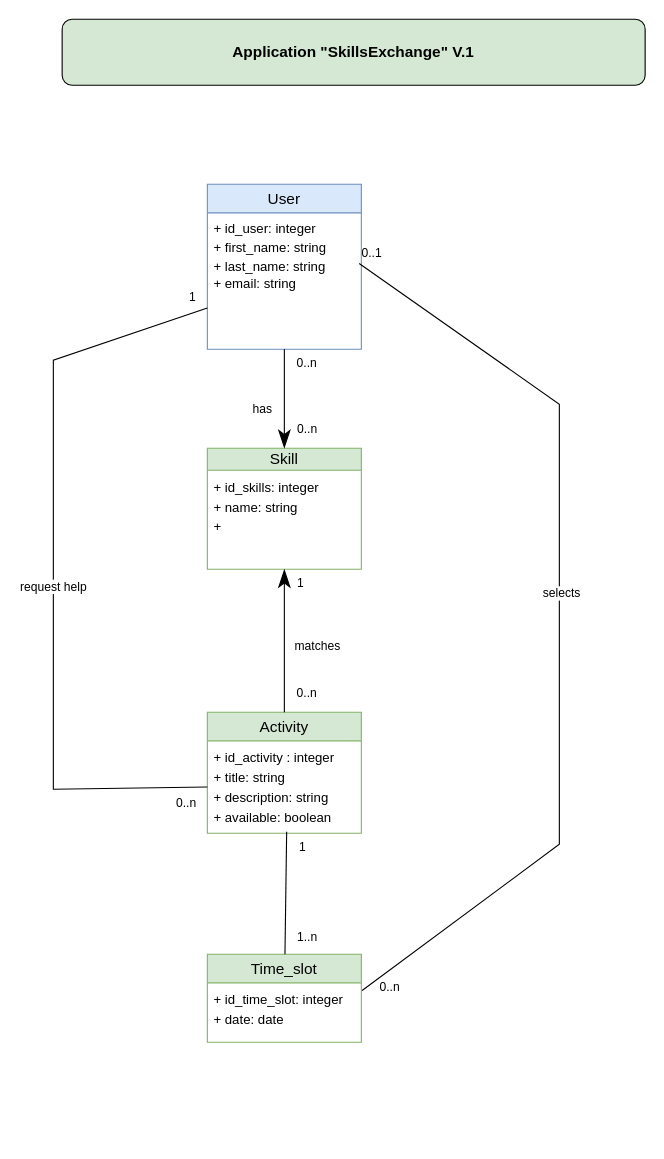
This is page "diagramme de classes" (2 of 4) of doc/UMLSkillsExchange.drawio from alfaro-b/Eval_Web_Python, a draw.io file, before an edit. Source tidied: cells renumbered, new cells numbered last; positions are measured from the earlier drawing's top-left corner, leaving out a move shared by most shapes. Both pictures are drawn from the tidied source at 110%, with x=0, y=0 at pixel (53, 19).
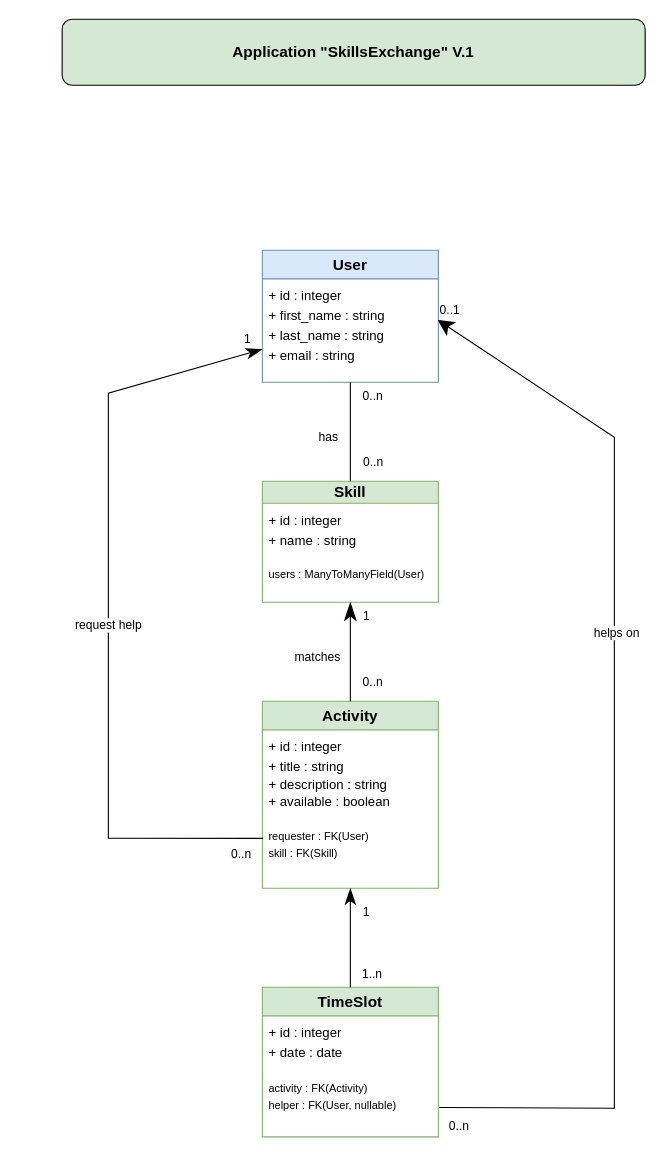
The same page after the edit.

Commit message:
Mise à jour du diagramme de classes

Diff of the diagram source:
```diff
@@
-    <mxCell id="2" value="&lt;font style=&quot;font-size: 14px;&quot;&gt;Skill&lt;/font&gt;" style="swimlane;fontStyle=0;horizontal=1;startSize=20;fillColor=#d5e8d4;whiteSpace=wrap;html=1;strokeColor=#82b366;" parent="1" vertex="1">
-      <mxGeometry x="140" y="390" width="140" height="110" as="geometry" />
+    <mxCell id="2" value="&lt;b&gt;&lt;font style=&quot;font-size: 14px;&quot;&gt;Skill&lt;/font&gt;&lt;/b&gt;" style="swimlane;fontStyle=0;horizontal=1;startSize=20;fillColor=#d5e8d4;whiteSpace=wrap;html=1;strokeColor=#82b366;" parent="1" vertex="1">
+      <mxGeometry x="190" y="420" width="160" height="110" as="geometry" />
     </mxCell>
-    <mxCell id="3" value="&lt;div style=&quot;line-height: 150%;&quot;&gt;+ id_skills: integer&lt;div&gt;&lt;div&gt;+ name: string&lt;/div&gt;&lt;div&gt;+&lt;/div&gt;&lt;/div&gt;&lt;/div&gt;" style="text;strokeColor=none;fillColor=none;align=left;verticalAlign=top;spacingLeft=4;spacingRight=4;overflow=hidden;whiteSpace=wrap;html=1;" parent="2" vertex="1">
-      <mxGeometry y="20" width="140" height="90" as="geometry" />
+    <mxCell id="3" value="&lt;div style=&quot;line-height: 150%;&quot;&gt;+ id : integer&lt;div&gt;&lt;div&gt;+ name : string&lt;/div&gt;&lt;/div&gt;&lt;/div&gt;&lt;div&gt;&lt;br&gt;&lt;/div&gt;&lt;div&gt;&lt;font style=&quot;font-size: 10px;&quot;&gt;users : ManyToManyField(User)&lt;/font&gt;&lt;/div&gt;" style="text;strokeColor=none;fillColor=none;align=left;verticalAlign=top;spacingLeft=4;spacingRight=4;overflow=hidden;whiteSpace=wrap;html=1;" parent="2" vertex="1">
+      <mxGeometry y="20" width="160" height="90" as="geometry" />
     </mxCell>
-    <mxCell id="4" value="&lt;font style=&quot;font-size: 14px;&quot;&gt;Activity&lt;/font&gt;" style="swimlane;fontStyle=0;horizontal=1;startSize=26;fillColor=#d5e8d4;whiteSpace=wrap;html=1;strokeColor=#82b366;" parent="1" vertex="1">
-      <mxGeometry x="140" y="630" width="140" height="110" as="geometry" />
+    <mxCell id="4" value="&lt;b&gt;&lt;font style=&quot;font-size: 14px;&quot;&gt;Activity&lt;/font&gt;&lt;/b&gt;" style="swimlane;fontStyle=0;horizontal=1;startSize=26;fillColor=#d5e8d4;whiteSpace=wrap;html=1;strokeColor=#82b366;" parent="1" vertex="1">
+      <mxGeometry x="190" y="620" width="160" height="170" as="geometry" />
     </mxCell>
-    <mxCell id="5" value="&lt;div style=&quot;line-height: 150%;&quot;&gt;+ id_activity : integer&lt;/div&gt;&lt;div style=&quot;line-height: 150%;&quot;&gt;+ title: string&lt;div&gt;&lt;div&gt;+ description: string&lt;/div&gt;&lt;div&gt;+ available: boolean&lt;/div&gt;&lt;div&gt;&lt;/div&gt;&lt;/div&gt;&lt;/div&gt;" style="text;strokeColor=none;fillColor=none;align=left;verticalAlign=top;spacingLeft=4;spacingRight=4;overflow=hidden;points=[[0,0.5],[1,0.5]];portConstraint=eastwest;whiteSpace=wrap;html=1;" parent="4" vertex="1">
-      <mxGeometry y="26" width="140" height="84" as="geometry" />
+    <mxCell id="5" value="&lt;div style=&quot;line-height: 150%;&quot;&gt;+ id : integer&lt;/div&gt;&lt;div style=&quot;line-height: 150%;&quot;&gt;+ title : string&lt;div style=&quot;line-height: 130%;&quot;&gt;&lt;div&gt;+ description : string&lt;/div&gt;&lt;div&gt;+ available : boolean&lt;/div&gt;&lt;div&gt;&lt;br&gt;&lt;/div&gt;&lt;div&gt;&lt;font style=&quot;font-size: 10px; line-height: 130%;&quot;&gt;requester : FK(User)&lt;/font&gt;&lt;/div&gt;&lt;div&gt;&lt;font style=&quot;font-size: 10px; line-height: 130%;&quot;&gt;skill : FK(Skill)&lt;/font&gt;&lt;/div&gt;&lt;div&gt;&lt;/div&gt;&lt;/div&gt;&lt;/div&gt;" style="text;strokeColor=none;fillColor=none;align=left;verticalAlign=top;spacingLeft=4;spacingRight=4;overflow=hidden;points=[[0,0.5],[1,0.5]];portConstraint=eastwest;whiteSpace=wrap;html=1;" parent="4" vertex="1">
+      <mxGeometry y="26" width="160" height="144" as="geometry" />
     </mxCell>
     <mxCell id="6" value="matches" style="endArrow=none;html=1;endSize=12;startArrow=classicThin;startSize=14;startFill=1;edgeStyle=orthogonalEdgeStyle;rounded=0;defaultLabelBackgroundColor=page;labelPadding=0 4;entryX=0.5;entryY=0;entryDx=0;entryDy=0;exitX=0.5;exitY=1;exitDx=0;exitDy=0;endFill=0;" parent="1" edge="1" source="2" target="4">
-      <mxGeometry x="0.08" y="30" relative="1" as="geometry" />
+      <mxGeometry x="0.11" y="-30" relative="1" as="geometry" />
     </mxCell>
@@
-    <mxCell id="9" value="&lt;font style=&quot;font-size: 14px;&quot;&gt;User&lt;/font&gt;" style="swimlane;fontStyle=0;horizontal=1;startSize=26;fillColor=#dae8fc;whiteSpace=wrap;html=1;strokeColor=#6c8ebf;" parent="1" vertex="1">
-      <mxGeometry x="140" y="150" width="140" height="150" as="geometry" />
+    <mxCell id="9" value="&lt;b&gt;&lt;font style=&quot;font-size: 14px;&quot;&gt;User&lt;/font&gt;&lt;/b&gt;" style="swimlane;fontStyle=0;horizontal=1;startSize=26;fillColor=#dae8fc;whiteSpace=wrap;html=1;strokeColor=#6c8ebf;" parent="1" vertex="1">
+      <mxGeometry x="190" y="210" width="160" height="120" as="geometry" />
     </mxCell>
-    <mxCell id="10" value="&lt;div style=&quot;line-height: 140%;&quot;&gt;+ id_user: integer&lt;div&gt;+ first_name: string&lt;/div&gt;&lt;div&gt;+ last_name: string&lt;/div&gt;&lt;div&gt;+ email: string&lt;/div&gt;&lt;/div&gt;" style="text;strokeColor=none;fillColor=none;align=left;verticalAlign=top;spacingLeft=4;spacingRight=4;overflow=hidden;points=[[0,0.5],[1,0.5]];portConstraint=eastwest;whiteSpace=wrap;html=1;" parent="9" vertex="1">
-      <mxGeometry y="26" width="140" height="124" as="geometry" />
+    <mxCell id="10" value="&lt;div style=&quot;line-height: 150%;&quot;&gt;&lt;div&gt;+ id : integer&lt;div&gt;+ first_name : string&lt;/div&gt;&lt;div&gt;+ last_name : string&lt;/div&gt;&lt;div&gt;+ email : string&lt;/div&gt;&lt;/div&gt;&lt;/div&gt;" style="text;strokeColor=none;fillColor=none;align=left;verticalAlign=top;spacingLeft=4;spacingRight=4;overflow=hidden;points=[[0,0.5],[1,0.5]];portConstraint=eastwest;whiteSpace=wrap;html=1;" parent="9" vertex="1">
+      <mxGeometry y="26" width="160" height="94" as="geometry" />
     </mxCell>
-    <mxCell id="11" value="has" style="endArrow=none;html=1;endSize=12;startArrow=classicThin;startSize=14;startFill=1;rounded=0;defaultLabelBackgroundColor=page;labelPadding=0 4;entryX=0.5;entryY=1;entryDx=0;entryDy=0;exitX=0.5;exitY=0;exitDx=0;exitDy=0;endFill=0;" parent="1" edge="1" source="2" target="9">
-      <mxGeometry x="-0.2" y="20" relative="1" as="geometry" />
+    <mxCell id="11" value="has" style="endArrow=none;html=1;endSize=12;startArrow=none;startSize=14;startFill=0;rounded=0;defaultLabelBackgroundColor=page;labelPadding=0 4;entryX=0.5;entryY=1;entryDx=0;entryDy=0;exitX=0.5;exitY=0;exitDx=0;exitDy=0;endFill=0;" parent="1" edge="1" source="2" target="9">
+      <mxGeometry x="-0.11" y="20" relative="1" as="geometry" />
     </mxCell>
@@
-    <mxCell id="14" value="&lt;font style=&quot;font-size: 14px;&quot;&gt;Time_slot&lt;/font&gt;" style="swimlane;fontStyle=0;horizontal=1;startSize=26;fillColor=#d5e8d4;whiteSpace=wrap;html=1;strokeColor=#82b366;" parent="1" vertex="1">
-      <mxGeometry x="140" y="850" width="140" height="80" as="geometry" />
+    <mxCell id="14" value="&lt;b&gt;&lt;font style=&quot;font-size: 14px;&quot;&gt;TimeSlot&lt;/font&gt;&lt;/b&gt;" style="swimlane;fontStyle=0;horizontal=1;startSize=26;fillColor=#d5e8d4;whiteSpace=wrap;html=1;strokeColor=#82b366;" parent="1" vertex="1">
+      <mxGeometry x="190" y="880" width="160" height="136" as="geometry" />
     </mxCell>
-    <mxCell id="15" value="&lt;div style=&quot;line-height: 150%;&quot;&gt;+ id_time_slot: integer&lt;/div&gt;&lt;div style=&quot;line-height: 150%;&quot;&gt;+ date: date&lt;div&gt;&lt;br&gt;&lt;div&gt;&lt;/div&gt;&lt;/div&gt;&lt;/div&gt;" style="text;strokeColor=none;fillColor=none;align=left;verticalAlign=top;spacingLeft=4;spacingRight=4;overflow=hidden;points=[[0,0.5],[1,0.5]];portConstraint=eastwest;whiteSpace=wrap;html=1;" parent="14" vertex="1">
-      <mxGeometry y="26" width="140" height="54" as="geometry" />
+    <mxCell id="15" value="&lt;div style=&quot;line-height: 150%;&quot;&gt;+ id : integer&lt;/div&gt;&lt;div style=&quot;line-height: 150%;&quot;&gt;+ date : date&lt;/div&gt;&lt;div style=&quot;line-height: 130%;&quot;&gt;&lt;div&gt;&lt;br&gt;&lt;/div&gt;&lt;div&gt;&lt;font style=&quot;font-size: 10px; line-height: 130%;&quot;&gt;activity : FK(Activity)&lt;/font&gt;&lt;/div&gt;&lt;div&gt;&lt;font style=&quot;font-size: 10px; line-height: 130%;&quot;&gt;helper : FK(User, nullable)&lt;/font&gt;&lt;/div&gt;&lt;/div&gt;" style="text;strokeColor=none;fillColor=none;align=left;verticalAlign=top;spacingLeft=4;spacingRight=4;overflow=hidden;points=[[0,0.5],[1,0.5]];portConstraint=eastwest;whiteSpace=wrap;html=1;" parent="14" vertex="1">
+      <mxGeometry y="26" width="160" height="110" as="geometry" />
     </mxCell>
-    <mxCell id="16" style="endArrow=none;html=1;endSize=12;startArrow=none;startSize=14;startFill=0;rounded=0;defaultLabelBackgroundColor=page;labelPadding=0 4;entryX=0.515;entryY=0.984;entryDx=0;entryDy=0;endFill=0;entryPerimeter=0;" parent="1" edge="1" source="14" target="5">
-      <mxGeometry x="0.07" y="-8" relative="1" as="geometry" />
+    <mxCell id="16" style="endArrow=classicThin;html=1;endSize=12;startArrow=none;startSize=14;startFill=0;rounded=0;defaultLabelBackgroundColor=page;labelPadding=0 4;endFill=1;entryX=0.5;entryY=1;entryDx=0;entryDy=0;" parent="1" edge="1" source="14" target="4">
+      <mxGeometry x="-0.02" y="-8" relative="1" as="geometry" />
     </mxCell>
     <mxCell id="17" value="1..n" style="edgeLabel;html=1;align=left;verticalAlign=top;inheritText=1;defaultLabelBackgroundColor=page;labelPadding=0 4;" parent="16" vertex="1">
-      <mxGeometry x="-0.73" relative="1" as="geometry">
+      <mxGeometry x="-0.76" relative="1" as="geometry">
         <mxPoint x="9" y="-14" as="offset" />
       </mxGeometry>
     </mxCell>
     <mxCell id="18" value="1" style="edgeLabel;html=1;align=right;verticalAlign=top;inheritText=1;defaultLabelBackgroundColor=page;labelPadding=0 4;" parent="16" vertex="1">
-      <mxGeometry x="1" relative="1" as="geometry">
+      <mxGeometry x="0.82" relative="1" as="geometry">
         <mxPoint x="18" y="1" as="offset" />
       </mxGeometry>
     </mxCell>
-    <mxCell id="19" style="endArrow=none;html=1;endSize=12;startArrow=none;startSize=14;startFill=0;rounded=0;defaultLabelBackgroundColor=page;labelPadding=0 4;entryX=0.986;entryY=0.371;entryDx=0;entryDy=0;endFill=0;exitX=1.005;exitY=0.129;exitDx=0;exitDy=0;entryPerimeter=0;exitPerimeter=0;" parent="1" edge="1" source="15" target="10">
-      <mxGeometry x="-0.53" y="-8" relative="1" as="geometry">
+    <mxCell id="19" style="endArrow=classic;html=1;endSize=12;startArrow=none;startSize=14;startFill=0;rounded=0;defaultLabelBackgroundColor=page;labelPadding=0 4;entryX=0.996;entryY=0.397;entryDx=0;entryDy=0;endFill=1;exitX=1.005;exitY=0.757;exitDx=0;exitDy=0;entryPerimeter=0;exitPerimeter=0;" parent="1" edge="1" source="15" target="10">
+      <mxGeometry x="-0.54" y="-8" relative="1" as="geometry">
         <Array as="points">
-          <mxPoint x="460" y="750" />
-          <mxPoint x="460" y="350" />
+          <mxPoint x="510" y="990" />
+          <mxPoint x="510" y="380" />
         </Array>
       </mxGeometry>
     </mxCell>
     <mxCell id="20" value="0..n" style="edgeLabel;html=1;align=left;verticalAlign=top;inheritText=1;defaultLabelBackgroundColor=page;labelPadding=0 4;" parent="19" vertex="1">
       <mxGeometry x="-0.85" relative="1" as="geometry">
-        <mxPoint x="-36" y="22" as="offset" />
+        <mxPoint x="-65" y="3" as="offset" />
       </mxGeometry>
     </mxCell>
@@
-    <mxCell id="22" value="selects" style="edgeLabel;html=1;align=center;verticalAlign=middle;inheritText=1;defaultLabelBackgroundColor=page;labelPadding=0 4;" parent="19" vertex="1">
-      <mxGeometry x="0.07" y="-1" relative="1" as="geometry" />
+    <mxCell id="22" value="helps on" style="edgeLabel;html=1;align=center;verticalAlign=middle;inheritText=1;defaultLabelBackgroundColor=page;labelPadding=0 4;" parent="19" vertex="1">
+      <mxGeometry x="0.23" y="-1" relative="1" as="geometry" />
     </mxCell>
-    <mxCell id="23" style="endArrow=none;html=1;endSize=12;startArrow=none;startSize=14;startFill=0;rounded=0;defaultLabelBackgroundColor=page;labelPadding=0 4;entryX=0;entryY=0.75;entryDx=0;entryDy=0;endFill=0;exitX=0;exitY=0.5;exitDx=0;exitDy=0;" parent="1" edge="1" source="5" target="9">
-      <mxGeometry x="-0.56" y="-8" relative="1" as="geometry">
+    <mxCell id="23" style="endArrow=classicThin;html=1;endSize=12;startArrow=none;startSize=14;startFill=0;rounded=0;defaultLabelBackgroundColor=page;labelPadding=0 4;entryX=0;entryY=0.75;entryDx=0;entryDy=0;endFill=1;exitX=0.004;exitY=0.685;exitDx=0;exitDy=0;exitPerimeter=0;" parent="1" edge="1" source="5" target="9">
+      <mxGeometry x="-0.53" y="-8" relative="1" as="geometry">
         <Array as="points">
-          <mxPoint y="700" />
-          <mxPoint y="310" />
+          <mxPoint x="50" y="744.6" />
+          <mxPoint x="50" y="340" />
         </Array>
       </mxGeometry>
     </mxCell>
@@
     <mxCell id="26" value="request help" style="edgeLabel;html=1;align=center;verticalAlign=middle;inheritText=1;defaultLabelBackgroundColor=page;labelPadding=0 4;" parent="23" vertex="1">
-      <mxGeometry x="-0.04" y="1" relative="1" as="geometry" />
+      <mxGeometry x="-0.03" y="1" relative="1" as="geometry" />
     </mxCell>
```
